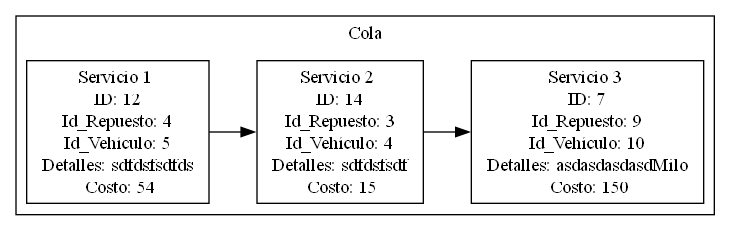
Before: Fase1/AutoGestPro/reports/Services.png, a diagram exported from Graphviz (EstebanSNZT/-EDD-1S2025_202300769). Its source is kept beside it as Fase1/AutoGestPro/reports/Services.dot. The source it was exported from:
```dot
digraph G {
    node [shape=record];
    rankdir=LR;
    subgraph cluster_0 {
        label = "Cola";
        n0 [label = "{<data> Servicio 1 \n ID: 12 \n Id_Repuesto: 4 \n Id_Vehículo: 5 \n Detalles: sdfdsfsdfds \n Costo: 54}"];
        n1 [label = "{<data> Servicio 2 \n ID: 14 \n Id_Repuesto: 3 \n Id_Vehículo: 4 \n Detalles: sdfdsfsdf \n Costo: 15}"];
        n2 [label = "{<data> Servicio 3 \n ID: 7 \n Id_Repuesto: 9 \n Id_Vehículo: 10 \n Detalles: asdasdasdasdMilo \n Costo: 150}"];
        n0 -> n1;
        n1 -> n2;
    }
}
```
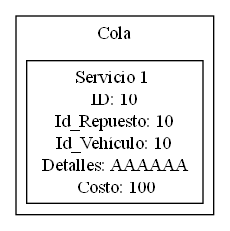
The same diagram one commit later.

Change to the diagram source:
```diff
@@ -3,10 +3,6 @@
     rankdir=LR;
     subgraph cluster_0 {
         label = "Cola";
-        n0 [label = "{<data> Servicio 1 \n ID: 12 \n Id_Repuesto: 4 \n Id_Vehículo: 5 \n Detalles: sdfdsfsdfds \n Costo: 54}"];
-        n1 [label = "{<data> Servicio 2 \n ID: 14 \n Id_Repuesto: 3 \n Id_Vehículo: 4 \n Detalles: sdfdsfsdf \n Costo: 15}"];
-        n2 [label = "{<data> Servicio 3 \n ID: 7 \n Id_Repuesto: 9 \n Id_Vehículo: 10 \n Detalles: asdasdasdasdMilo \n Costo: 150}"];
-        n0 -> n1;
-        n1 -> n2;
+        n0 [label = "{<data> Servicio 1 \n ID: 10 \n Id_Repuesto: 10 \n Id_Vehículo: 10 \n Detalles: AAAAAA \n Costo: 100}"];
     }
 }
```
